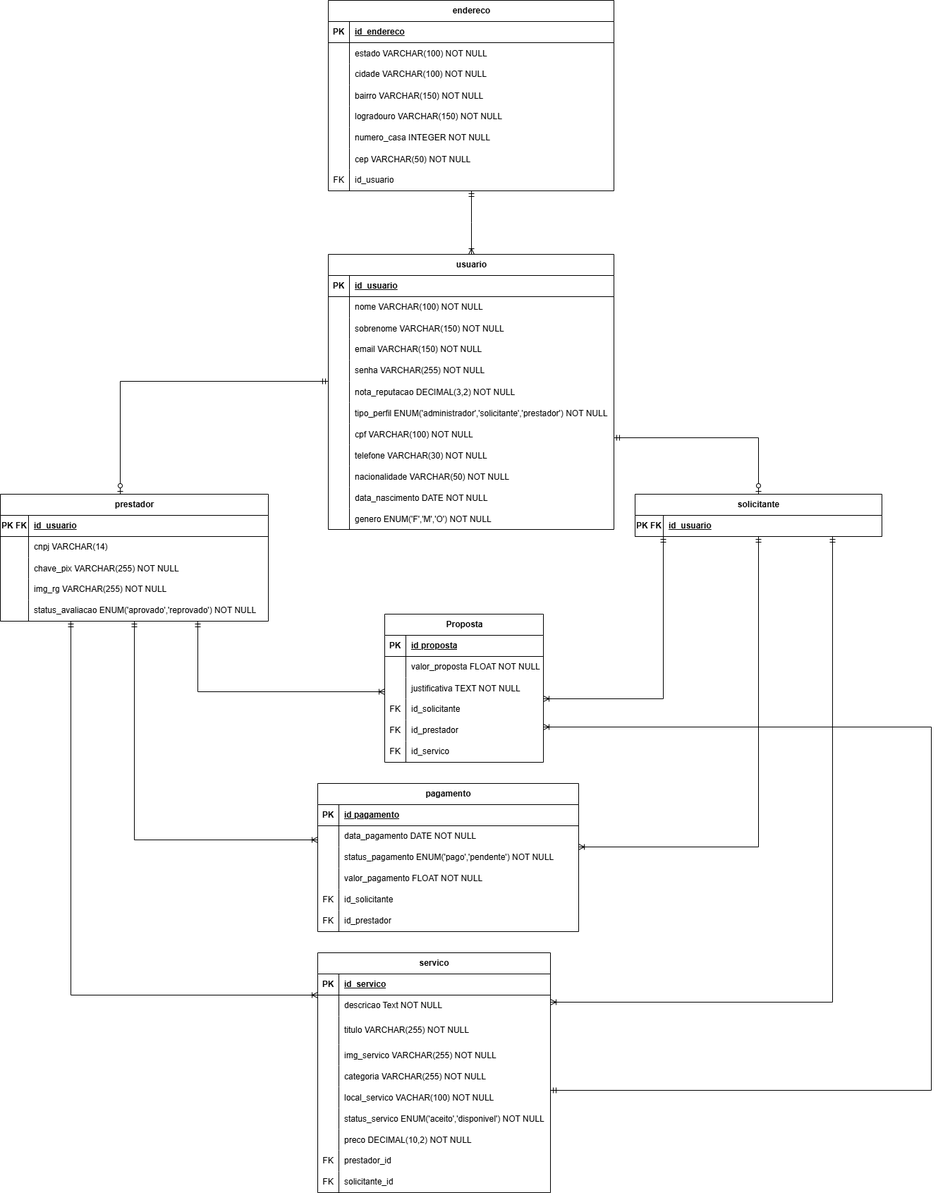
Above: DOCUMENTACAO/Banco_de_dados/DB_Chamuze_Logico.drawio.png in ChamuZe/ChamuZe (draw.io), before the change. Source tidied: cells renumbered, new cells last; positions are measured from the earlier drawing's top-left corner, leaving out a move shared by most shapes.
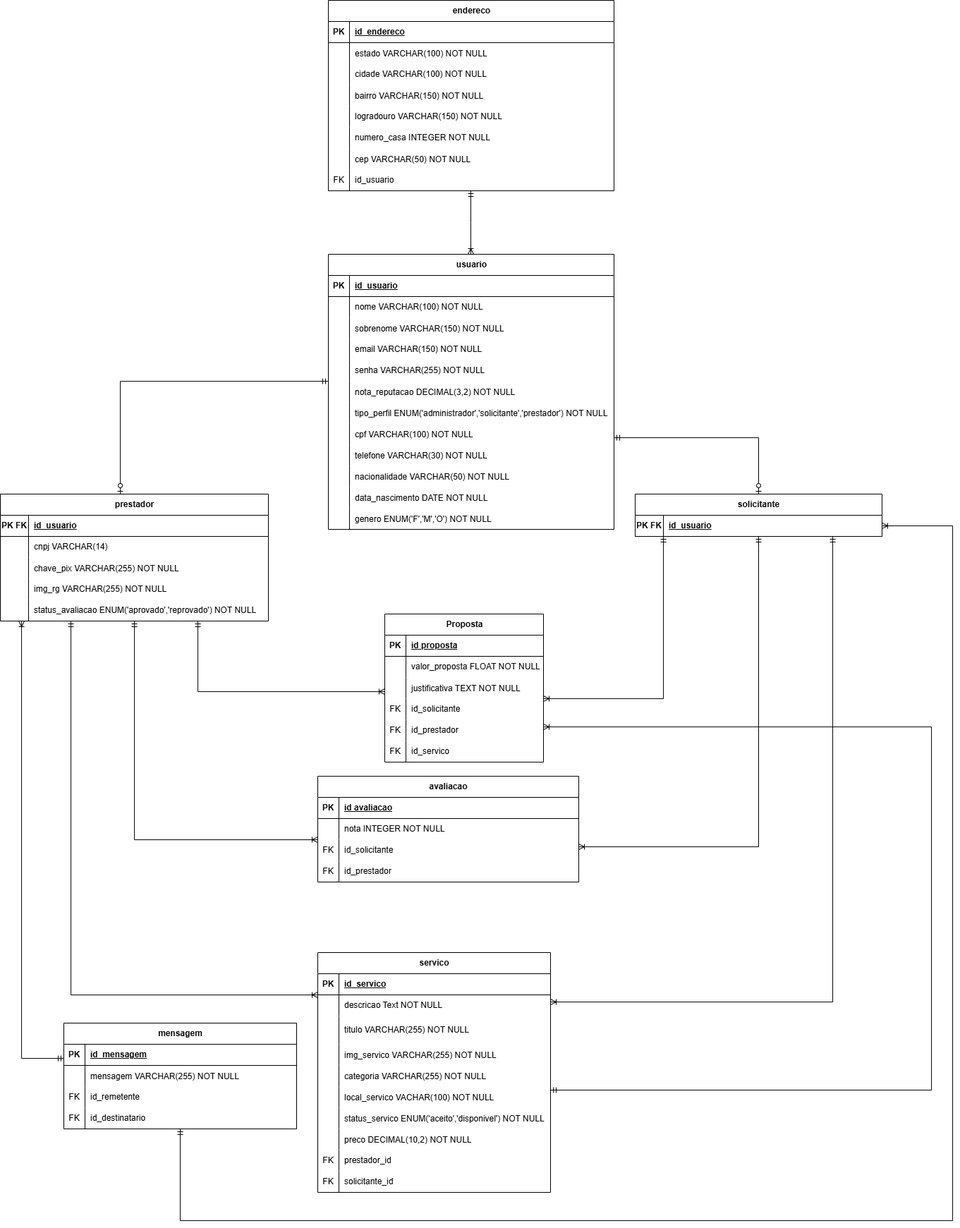
Above is the later version.

Change to the diagram source:
```diff
@@ -127,8 +127,8 @@
     <mxCell id="40" value="genero ENUM('F','M','O') NOT NULL" style="shape=partialRectangle;fillColor=none;top=0;left=0;bottom=0;right=0;align=left;spacingLeft=6;overflow=hidden;" parent="38" vertex="1">
       <mxGeometry x="30" width="375" height="30" as="geometry" />
     </mxCell>
-    <mxCell id="41" value="pagamento" style="shape=table;startSize=30;rowLines=0;fontStyle=1;align=center;html=1;" parent="1" vertex="1">
-      <mxGeometry x="450" y="1110" width="370" height="210" as="geometry" />
+    <mxCell id="41" value="avaliacao" style="shape=table;startSize=30;rowLines=0;fontStyle=1;align=center;html=1;" parent="1" vertex="1">
+      <mxGeometry x="450" y="1100" width="370" height="150" as="geometry" />
     </mxCell>
     <mxCell id="42" style="shape=tableRow;horizontal=0;startSize=0;swimlaneHead=0;swimlaneBody=0;fillColor=none;top=0;left=0;right=0;bottom=1;" parent="41" vertex="1">
       <mxGeometry y="30" width="370" height="30" as="geometry" />
@@ -136,7 +136,7 @@
     <mxCell id="43" value="PK" style="shape=partialRectangle;fillColor=none;top=0;left=0;bottom=0;right=0;fontStyle=1;overflow=hidden;whiteSpace=wrap;html=1;" parent="42" vertex="1">
       <mxGeometry width="30" height="30" as="geometry" />
     </mxCell>
-    <mxCell id="44" value="id pagamento" style="shape=partialRectangle;fillColor=none;top=0;left=0;bottom=0;right=0;align=left;spacingLeft=6;fontStyle=5;overflow=hidden;whiteSpace=wrap;html=1;" parent="42" vertex="1">
+    <mxCell id="44" value="id avaliacao" style="shape=partialRectangle;fillColor=none;top=0;left=0;bottom=0;right=0;align=left;spacingLeft=6;fontStyle=5;overflow=hidden;whiteSpace=wrap;html=1;" parent="42" vertex="1">
       <mxGeometry x="30" width="340" height="30" as="geometry" />
     </mxCell>
     <mxCell id="45" style="shape=tableRow;horizontal=0;startSize=0;swimlaneHead=0;swimlaneBody=0;fillColor=none;top=0;left=0;right=0;bottom=0;" parent="41" vertex="1">
@@ -145,29 +145,11 @@
     <mxCell id="46" style="shape=partialRectangle;fillColor=none;top=0;left=0;bottom=0;right=0;overflow=hidden;whiteSpace=wrap;html=1;" parent="45" vertex="1">
       <mxGeometry width="30" height="30" as="geometry" />
     </mxCell>
-    <mxCell id="47" value="data_pagamento DATE NOT NULL" style="shape=partialRectangle;fillColor=none;top=0;left=0;bottom=0;right=0;align=left;spacingLeft=6;overflow=hidden;whiteSpace=wrap;html=1;" parent="45" vertex="1">
+    <mxCell id="47" value="nota INTEGER NOT NULL" style="shape=partialRectangle;fillColor=none;top=0;left=0;bottom=0;right=0;align=left;spacingLeft=6;overflow=hidden;whiteSpace=wrap;html=1;" parent="45" vertex="1">
       <mxGeometry x="30" width="340" height="30" as="geometry" />
     </mxCell>
-    <mxCell id="48" style="shape=tableRow;horizontal=0;startSize=0;swimlaneHead=0;swimlaneBody=0;fillColor=none;top=0;left=0;right=0;bottom=0;" parent="41" vertex="1">
-      <mxGeometry y="90" width="370" height="30" as="geometry" />
-    </mxCell>
-    <mxCell id="49" style="shape=partialRectangle;fillColor=none;top=0;left=0;bottom=0;right=0;overflow=hidden;whiteSpace=wrap;html=1;" parent="48" vertex="1">
-      <mxGeometry width="30" height="30" as="geometry" />
-    </mxCell>
-    <mxCell id="50" value="status_pagamento ENUM('pago','pendente') NOT NULL" style="shape=partialRectangle;fillColor=none;top=0;left=0;bottom=0;right=0;align=left;spacingLeft=6;overflow=hidden;whiteSpace=wrap;html=1;" parent="48" vertex="1">
-      <mxGeometry x="30" width="340" height="30" as="geometry" />
-    </mxCell>
-    <mxCell id="51" style="shape=tableRow;horizontal=0;startSize=0;swimlaneHead=0;swimlaneBody=0;fillColor=none;top=0;left=0;right=0;bottom=0;" parent="41" vertex="1">
-      <mxGeometry y="120" width="370" height="30" as="geometry" />
-    </mxCell>
-    <mxCell id="52" style="shape=partialRectangle;fillColor=none;top=0;left=0;bottom=0;right=0;overflow=hidden;whiteSpace=wrap;html=1;" parent="51" vertex="1">
-      <mxGeometry width="30" height="30" as="geometry" />
-    </mxCell>
-    <mxCell id="53" value="valor_pagamento FLOAT NOT NULL" style="shape=partialRectangle;fillColor=none;top=0;left=0;bottom=0;right=0;align=left;spacingLeft=6;overflow=hidden;whiteSpace=wrap;html=1;" parent="51" vertex="1">
-      <mxGeometry x="30" width="340" height="30" as="geometry" />
-    </mxCell>
     <mxCell id="54" style="shape=tableRow;horizontal=0;startSize=0;swimlaneHead=0;swimlaneBody=0;fillColor=none;top=0;left=0;right=0;bottom=0;" parent="41" vertex="1">
-      <mxGeometry y="150" width="370" height="30" as="geometry" />
+      <mxGeometry y="90" width="370" height="30" as="geometry" />
     </mxCell>
     <mxCell id="55" value="FK" style="shape=partialRectangle;fillColor=none;top=0;left=0;bottom=0;right=0;fontStyle=0;overflow=hidden;whiteSpace=wrap;html=1;" parent="54" vertex="1">
       <mxGeometry width="30" height="30" as="geometry" />
@@ -176,7 +158,7 @@
       <mxGeometry x="30" width="340" height="30" as="geometry" />
     </mxCell>
     <mxCell id="57" style="shape=tableRow;horizontal=0;startSize=0;swimlaneHead=0;swimlaneBody=0;fillColor=none;top=0;left=0;right=0;bottom=0;" parent="41" vertex="1">
-      <mxGeometry y="180" width="370" height="30" as="geometry" />
+      <mxGeometry y="120" width="370" height="30" as="geometry" />
     </mxCell>
     <mxCell id="58" value="FK" style="shape=partialRectangle;fillColor=none;top=0;left=0;bottom=0;right=0;fontStyle=0;overflow=hidden;whiteSpace=wrap;html=1;" parent="57" vertex="1">
       <mxGeometry width="30" height="30" as="geometry" />
@@ -381,6 +363,13 @@
         </Array>
       </mxGeometry>
     </mxCell>
+    <mxCell id="163" style="edgeStyle=orthogonalEdgeStyle;rounded=0;jettySize=auto;html=1;endArrow=ERmandOne;endFill=0;startArrow=ERoneToMany;startFill=0;" parent="1" edge="1" source="119" target="164">
+      <mxGeometry relative="1" as="geometry">
+        <Array as="points">
+          <mxPoint x="30" y="1500" />
+        </Array>
+      </mxGeometry>
+    </mxCell>
     <mxCell id="119" value="prestador" style="shape=table;startSize=30;rowLines=0;fontStyle=1;align=center;html=1;" parent="1" vertex="1">
       <mxGeometry y="700" width="380" height="180" as="geometry" />
     </mxCell>
@@ -522,5 +511,52 @@
     <mxCell id="162" style="fontSize=12;html=1;endArrow=ERmandOne;endFill=0;rounded=0;edgeStyle=elbowEdgeStyle;startArrow=ERoneToMany;startFill=0;" parent="1" edge="1" source="4" target="137">
       <mxGeometry relative="1" as="geometry" />
     </mxCell>
+    <mxCell id="164" value="mensagem" style="shape=table;startSize=30;rowLines=0;fontStyle=1;align=center;html=1;" parent="1" vertex="1">
+      <mxGeometry x="90" y="1450" width="330" height="150" as="geometry" />
+    </mxCell>
+    <mxCell id="165" style="shape=tableRow;horizontal=0;startSize=0;swimlaneHead=0;swimlaneBody=0;fillColor=none;top=0;left=0;right=0;bottom=1;" parent="164" vertex="1">
+      <mxGeometry y="30" width="330" height="30" as="geometry" />
+    </mxCell>
+    <mxCell id="166" value="PK" style="shape=partialRectangle;fillColor=none;top=0;left=0;bottom=0;right=0;fontStyle=1;overflow=hidden;whiteSpace=wrap;html=1;" parent="165" vertex="1">
+      <mxGeometry width="30" height="30" as="geometry" />
+    </mxCell>
+    <mxCell id="167" value="id_mensagem" style="shape=partialRectangle;fillColor=none;top=0;left=0;bottom=0;right=0;align=left;spacingLeft=6;fontStyle=5;overflow=hidden;whiteSpace=wrap;html=1;" parent="165" vertex="1">
+      <mxGeometry x="30" width="300" height="30" as="geometry" />
+    </mxCell>
+    <mxCell id="168" style="shape=tableRow;horizontal=0;startSize=0;swimlaneHead=0;swimlaneBody=0;fillColor=none;top=0;left=0;right=0;bottom=0;" parent="164" vertex="1">
+      <mxGeometry y="60" width="330" height="30" as="geometry" />
+    </mxCell>
+    <mxCell id="169" style="shape=partialRectangle;fillColor=none;top=0;left=0;bottom=0;right=0;overflow=hidden;" parent="168" vertex="1">
+      <mxGeometry width="30" height="30" as="geometry" />
+    </mxCell>
+    <mxCell id="170" value="mensagem VARCHAR(255) NOT NULL" style="shape=partialRectangle;fillColor=none;top=0;left=0;bottom=0;right=0;align=left;spacingLeft=6;overflow=hidden;" parent="168" vertex="1">
+      <mxGeometry x="30" width="300" height="30" as="geometry" />
+    </mxCell>
+    <mxCell id="171" style="shape=tableRow;horizontal=0;startSize=0;swimlaneHead=0;swimlaneBody=0;fillColor=none;top=0;left=0;right=0;bottom=0;" parent="164" vertex="1">
+      <mxGeometry y="90" width="330" height="30" as="geometry" />
+    </mxCell>
+    <mxCell id="172" value="FK" style="shape=partialRectangle;fillColor=none;top=0;left=0;bottom=0;right=0;fontStyle=0;overflow=hidden;whiteSpace=wrap;html=1;" parent="171" vertex="1">
+      <mxGeometry width="30" height="30" as="geometry" />
+    </mxCell>
+    <mxCell id="173" value="id_remetente" style="shape=partialRectangle;fillColor=none;top=0;left=0;bottom=0;right=0;align=left;spacingLeft=6;fontStyle=0;overflow=hidden;whiteSpace=wrap;html=1;" parent="171" vertex="1">
+      <mxGeometry x="30" width="300" height="30" as="geometry" />
+    </mxCell>
+    <mxCell id="174" style="shape=tableRow;horizontal=0;startSize=0;swimlaneHead=0;swimlaneBody=0;fillColor=none;top=0;left=0;right=0;bottom=0;" parent="164" vertex="1">
+      <mxGeometry y="120" width="330" height="30" as="geometry" />
+    </mxCell>
+    <mxCell id="175" value="FK" style="shape=partialRectangle;fillColor=none;top=0;left=0;bottom=0;right=0;fontStyle=0;overflow=hidden;whiteSpace=wrap;html=1;" parent="174" vertex="1">
+      <mxGeometry width="30" height="30" as="geometry" />
+    </mxCell>
+    <mxCell id="176" value="id_destinatario" style="shape=partialRectangle;fillColor=none;top=0;left=0;bottom=0;right=0;align=left;spacingLeft=6;fontStyle=0;overflow=hidden;whiteSpace=wrap;html=1;" parent="174" vertex="1">
+      <mxGeometry x="30" width="300" height="30" as="geometry" />
+    </mxCell>
+    <mxCell id="177" style="edgeStyle=orthogonalEdgeStyle;rounded=0;jettySize=auto;html=1;endArrow=ERmandOne;endFill=0;startArrow=ERoneToMany;startFill=0;" parent="1" edge="1" source="64" target="164">
+      <mxGeometry relative="1" as="geometry">
+        <Array as="points">
+          <mxPoint x="1350" y="745" />
+          <mxPoint x="1350" y="1730" />
+        </Array>
+      </mxGeometry>
+    </mxCell>
   </root>
 </mxGraphModel>
```
